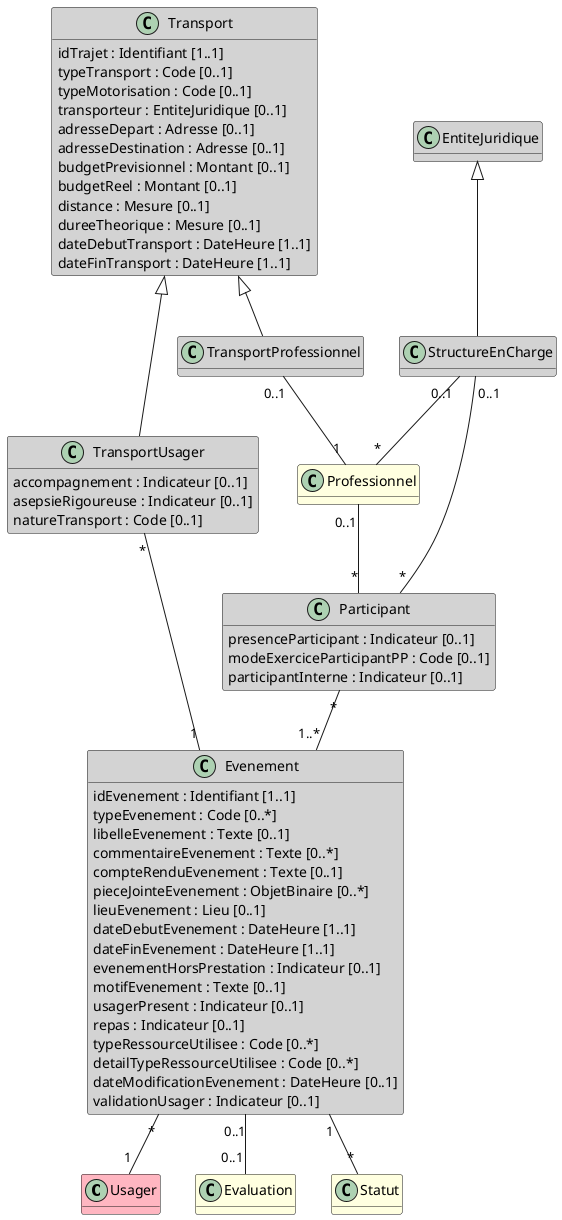
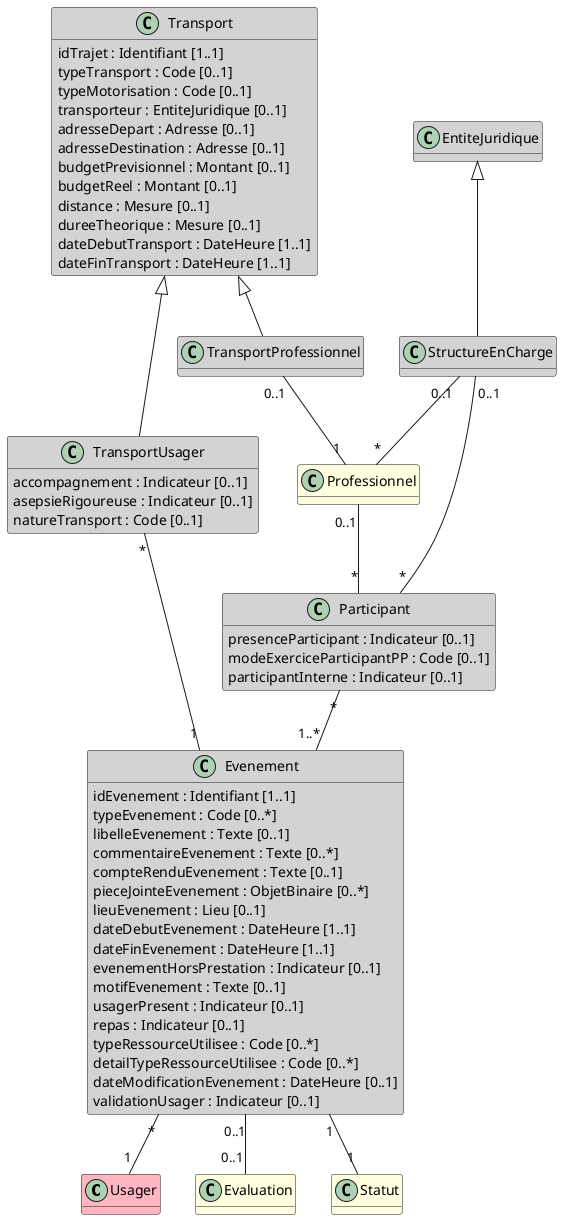
@startuml

hide empty methods

class Usager #LightPink

class TransportProfessionnel #LightGray

class Evaluation #LightYellow

class Professionnel #LightYellow

class EntiteJuridique #LightYellow

class StructureEnCharge #LightGray

class EntiteJuridique #LightGray

class Statut #LightYellow

class Transport #LightGray {
    idTrajet : Identifiant [1..1]
    typeTransport : Code [0..1]
    typeMotorisation : Code [0..1]
    transporteur : EntiteJuridique [0..1]
    adresseDepart : Adresse [0..1]
    adresseDestination : Adresse [0..1]
    budgetPrevisionnel : Montant [0..1]
    budgetReel : Montant [0..1]
    distance : Mesure [0..1]
    dureeTheorique : Mesure [0..1]
    dateDebutTransport : DateHeure [1..1]
    dateFinTransport : DateHeure [1..1]
}

class TransportUsager #LightGray {
    accompagnement : Indicateur [0..1]
    asepsieRigoureuse : Indicateur [0..1]
    natureTransport : Code [0..1]
}

class Evenement #LightGray {
    idEvenement : Identifiant [1..1]
    typeEvenement : Code [0..*]
    libelleEvenement : Texte [0..1]
    commentaireEvenement : Texte [0..*]
    compteRenduEvenement : Texte [0..1]
    pieceJointeEvenement : ObjetBinaire [0..*]
    lieuEvenement : Lieu [0..1]
    dateDebutEvenement : DateHeure [1..1]
    dateFinEvenement : DateHeure [1..1]
    evenementHorsPrestation : Indicateur [0..1]
    motifEvenement : Texte [0..1]
    usagerPresent : Indicateur [0..1]
    repas : Indicateur [0..1]
    typeRessourceUtilisee : Code [0..*]
    detailTypeRessourceUtilisee : Code [0..*]
    dateModificationEvenement : DateHeure [0..1]
    validationUsager : Indicateur [0..1]
}

class Participant #LightGray {
    presenceParticipant : Indicateur [0..1]
    'roleParticipantEJ : Code [0..1]
    modeExerciceParticipantPP : Code [0..1]
    participantInterne : Indicateur [0..1]
}


Transport <|- TransportUsager

Transport <|-- TransportProfessionnel

EntiteJuridique <|-- StructureEnCharge

Evenement "*" -- "1" Usager
Participant "*" -- "1..*" Evenement
Professionnel "0..1" -- "*" Participant


TransportUsager "*" -- "1" Evenement

TransportProfessionnel "0..1" -- "1" Professionnel

Evenement "0..1" -- "0..1" Evaluation
- Evenement "1" -- "*" Statut
+ Evenement "1" -- "1" Statut

StructureEnCharge "0..1" -- "*" Participant
StructureEnCharge "0..1" -- "*" Professionnel

@enduml